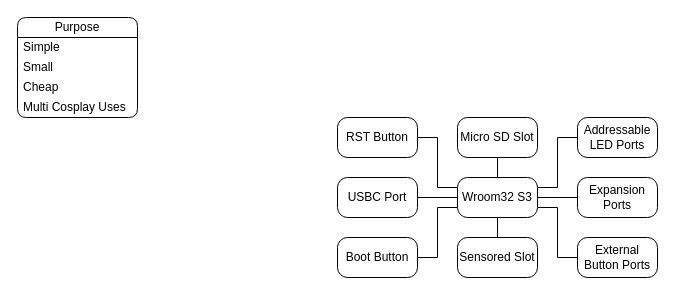
Cyberspecies/Multi-Cosplay_Board keeps this draw.io diagram as page "Brainstorm" (2 of 6) of Documents/Diagram.drawio. Above is the earlier version. Source tidied: cells renumbered, new cells numbered last; positions are measured from the earlier drawing's top-left corner, leaving out a move shared by most shapes. Both pictures are drawn from the tidied source at 100%, with x=0, y=0 at pixel (17, 17).
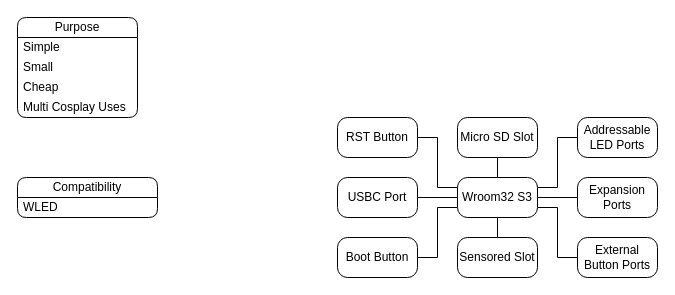
Above is the later version.

Commit message:
Added Compatible Firmwares/Libraries

Change to the diagram source:
```diff
@@
+    <mxCell id="24" value="Compatibility" style="swimlane;fontStyle=0;horizontal=1;startSize=20;whiteSpace=wrap;html=1;rounded=1;" parent="1" vertex="1">
+      <mxGeometry y="160" width="140" height="40" as="geometry" />
+    </mxCell>
+    <mxCell id="25" value="WLED" style="text;strokeColor=none;fillColor=none;align=left;verticalAlign=middle;spacingLeft=4;spacingRight=4;overflow=hidden;whiteSpace=wrap;html=1;" parent="24" vertex="1">
+      <mxGeometry y="20" width="140" height="20" as="geometry" />
+    </mxCell>
```
